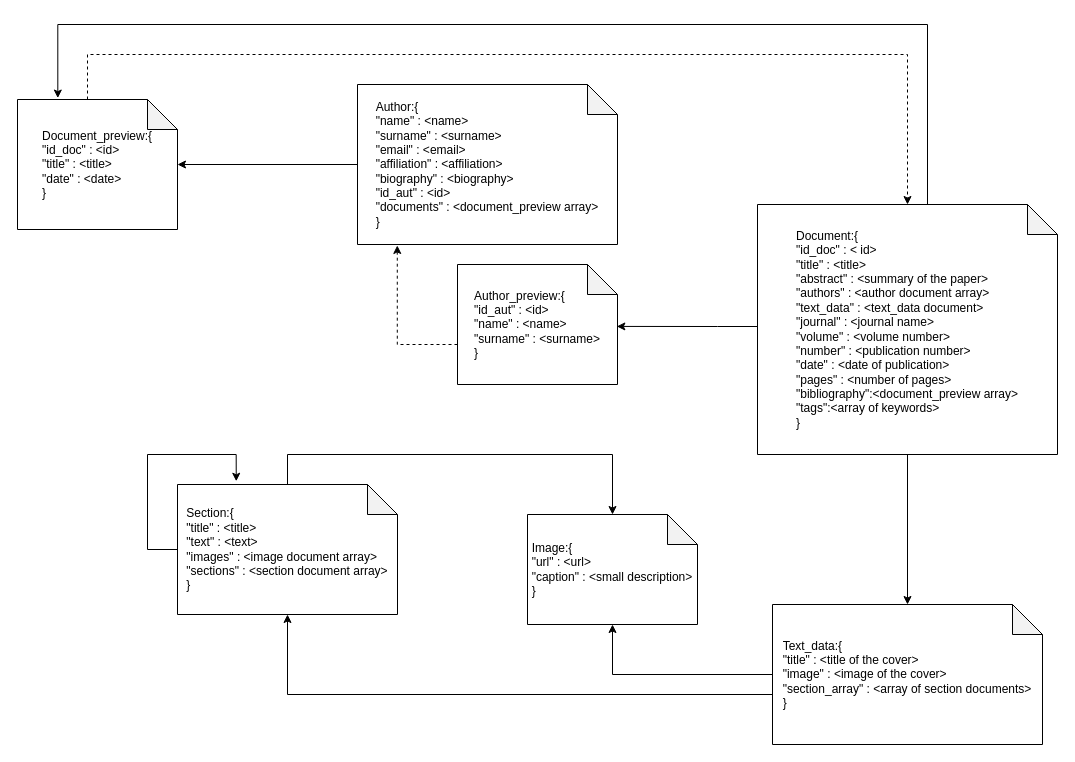
The draw.io diagram MongoDB/Schematic/Schematic.drawio in MarcoLucaPrevitera/BigData-Project, before the edit. Source tidied: cells renumbered, new cells numbered last; positions are measured from the earlier drawing's top-left corner, leaving out a move shared by most shapes. Both pictures are drawn from the tidied source at 100%, with x=0, y=0 at pixel (17, 24).
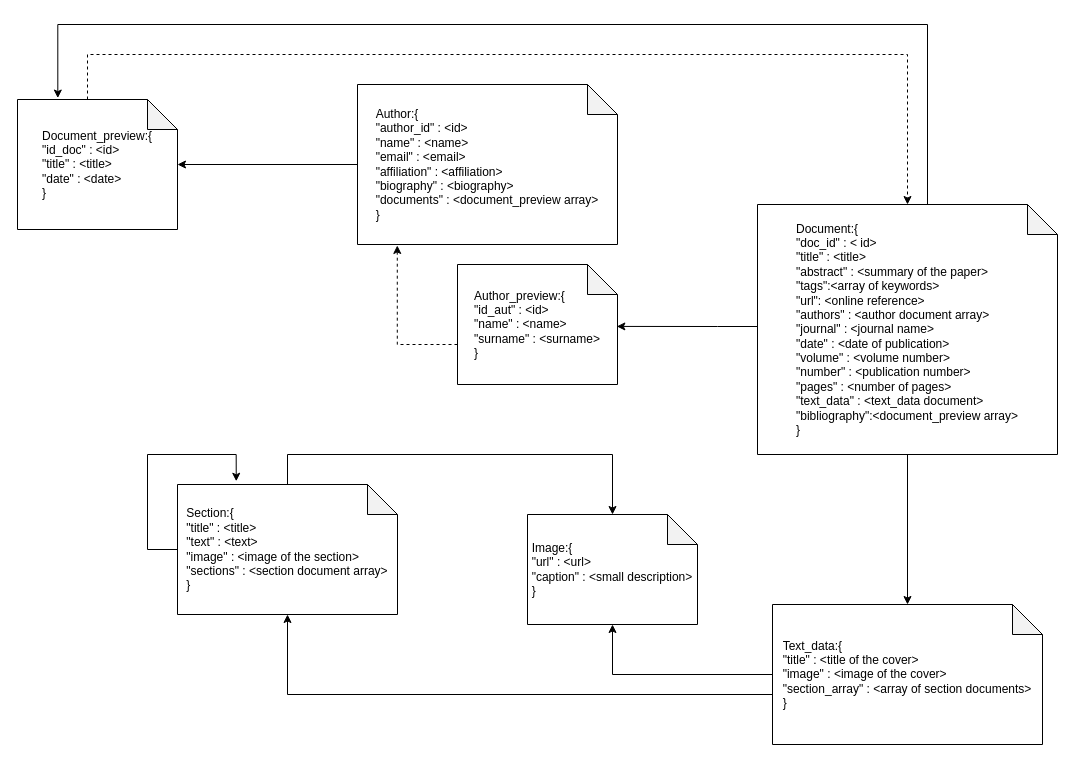
Above is the later version.

Change to the diagram source:
```diff
@@
-    <mxCell id="5" value="&lt;div style=&quot;text-align: left;&quot;&gt;&lt;span style=&quot;background-color: initial;&quot;&gt;Document:{&lt;/span&gt;&lt;/div&gt;&lt;div style=&quot;text-align: left;&quot;&gt;&quot;id_doc&quot; : &amp;lt; id&amp;gt;&lt;/div&gt;&lt;div style=&quot;text-align: left;&quot;&gt;&quot;title&quot; : &amp;lt;title&amp;gt;&lt;/div&gt;&lt;div style=&quot;text-align: left;&quot;&gt;&quot;abstract&quot; : &amp;lt;summary of the paper&amp;gt;&lt;/div&gt;&lt;div style=&quot;text-align: left;&quot;&gt;&quot;authors&quot; : &amp;lt;author document array&amp;gt;&lt;/div&gt;&lt;div style=&quot;text-align: left;&quot;&gt;&quot;text_data&quot; : &amp;lt;text_data document&amp;gt;&lt;/div&gt;&lt;div style=&quot;text-align: left;&quot;&gt;&quot;journal&quot; : &amp;lt;journal name&amp;gt;&lt;/div&gt;&lt;div style=&quot;text-align: left;&quot;&gt;&quot;volume&quot; : &amp;lt;volume number&amp;gt;&lt;/div&gt;&lt;div style=&quot;text-align: left;&quot;&gt;&quot;number&quot; : &amp;lt;publication number&amp;gt;&lt;/div&gt;&lt;div style=&quot;text-align: left;&quot;&gt;&quot;date&quot; : &amp;lt;date of publication&amp;gt;&lt;/div&gt;&lt;div style=&quot;text-align: left;&quot;&gt;&quot;pages&quot; : &amp;lt;number of pages&amp;gt;&lt;/div&gt;&lt;div style=&quot;text-align: left;&quot;&gt;&quot;bibliography&quot;:&amp;lt;document_preview array&amp;gt;&lt;/div&gt;&lt;div style=&quot;text-align: left;&quot;&gt;&quot;tags&quot;:&amp;lt;array of keywords&amp;gt;&lt;/div&gt;&lt;div style=&quot;text-align: left;&quot;&gt;&lt;span style=&quot;background-color: initial;&quot;&gt;}&lt;/span&gt;&lt;/div&gt;" style="shape=note;whiteSpace=wrap;html=1;backgroundOutline=1;darkOpacity=0.05;" parent="1" vertex="1">
+    <mxCell id="5" value="&lt;div style=&quot;text-align: left;&quot;&gt;&lt;span style=&quot;background-color: initial;&quot;&gt;Document:{&lt;/span&gt;&lt;/div&gt;&lt;div style=&quot;text-align: left;&quot;&gt;&quot;doc_id&quot; : &amp;lt; id&amp;gt;&lt;/div&gt;&lt;div style=&quot;text-align: left;&quot;&gt;&quot;title&quot; : &amp;lt;title&amp;gt;&lt;/div&gt;&lt;div style=&quot;text-align: left;&quot;&gt;&quot;abstract&quot; : &amp;lt;summary of the paper&amp;gt;&lt;/div&gt;&lt;div style=&quot;text-align: left;&quot;&gt;&quot;tags&quot;:&amp;lt;array of keywords&amp;gt;&lt;/div&gt;&lt;div style=&quot;text-align: left;&quot;&gt;&quot;url&quot;: &amp;lt;online reference&amp;gt;&lt;br&gt;&lt;/div&gt;&lt;div style=&quot;text-align: left;&quot;&gt;&quot;authors&quot; : &amp;lt;author document array&amp;gt;&lt;/div&gt;&lt;div style=&quot;text-align: left;&quot;&gt;&quot;journal&quot; : &amp;lt;journal name&amp;gt;&lt;/div&gt;&lt;div style=&quot;text-align: left;&quot;&gt;&quot;date&quot; : &amp;lt;date of publication&amp;gt;&lt;/div&gt;&lt;div style=&quot;text-align: left;&quot;&gt;&lt;div style=&quot;text-align: left;&quot;&gt;&quot;volume&quot; : &amp;lt;volume number&amp;gt;&lt;/div&gt;&lt;div style=&quot;text-align: left;&quot;&gt;&quot;number&quot; : &amp;lt;publication number&amp;gt;&lt;/div&gt;&lt;div style=&quot;text-align: left;&quot;&gt;&quot;pages&quot; : &amp;lt;number of pages&amp;gt;&lt;/div&gt;&lt;/div&gt;&lt;div style=&quot;text-align: left;&quot;&gt;&quot;text_data&quot; : &amp;lt;text_data document&amp;gt;&lt;/div&gt;&lt;div style=&quot;text-align: left;&quot;&gt;&quot;bibliography&quot;:&amp;lt;document_preview array&amp;gt;&lt;/div&gt;&lt;div style=&quot;text-align: left;&quot;&gt;&lt;span style=&quot;background-color: initial;&quot;&gt;}&lt;/span&gt;&lt;/div&gt;" style="shape=note;whiteSpace=wrap;html=1;backgroundOutline=1;darkOpacity=0.05;" parent="1" vertex="1">
       <mxGeometry x="740" y="180" width="300" height="250" as="geometry" />
     </mxCell>
@@
-    <mxCell id="13" value="&lt;div style=&quot;text-align: left;&quot;&gt;&lt;span style=&quot;background-color: initial;&quot;&gt;Section:{&lt;/span&gt;&lt;/div&gt;&lt;div style=&quot;text-align: left;&quot;&gt;&quot;title&quot; : &amp;lt;title&amp;gt;&lt;/div&gt;&lt;div style=&quot;text-align: left;&quot;&gt;&quot;text&quot; : &amp;lt;text&amp;gt;&lt;/div&gt;&lt;div style=&quot;text-align: left;&quot;&gt;&quot;images&quot; : &amp;lt;image document array&amp;gt;&lt;/div&gt;&lt;div style=&quot;text-align: left;&quot;&gt;&quot;sections&quot; : &amp;lt;section document array&amp;gt;&lt;/div&gt;&lt;div style=&quot;text-align: left;&quot;&gt;&lt;span style=&quot;background-color: initial;&quot;&gt;}&lt;/span&gt;&lt;/div&gt;" style="shape=note;whiteSpace=wrap;html=1;backgroundOutline=1;darkOpacity=0.05;" parent="1" vertex="1">
+    <mxCell id="13" value="&lt;div style=&quot;text-align: left;&quot;&gt;&lt;span style=&quot;background-color: initial;&quot;&gt;Section:{&lt;/span&gt;&lt;/div&gt;&lt;div style=&quot;text-align: left;&quot;&gt;&quot;title&quot; : &amp;lt;title&amp;gt;&lt;/div&gt;&lt;div style=&quot;text-align: left;&quot;&gt;&quot;text&quot; : &amp;lt;text&amp;gt;&lt;/div&gt;&lt;div style=&quot;text-align: left;&quot;&gt;&quot;image&quot; : &amp;lt;image of the section&amp;gt;&lt;/div&gt;&lt;div style=&quot;text-align: left;&quot;&gt;&quot;sections&quot; : &amp;lt;section document array&amp;gt;&lt;/div&gt;&lt;div style=&quot;text-align: left;&quot;&gt;&lt;span style=&quot;background-color: initial;&quot;&gt;}&lt;/span&gt;&lt;/div&gt;" style="shape=note;whiteSpace=wrap;html=1;backgroundOutline=1;darkOpacity=0.05;" parent="1" vertex="1">
       <mxGeometry x="160" y="460" width="220" height="130" as="geometry" />
     </mxCell>
@@
-    <mxCell id="15" value="&lt;div style=&quot;text-align: left;&quot;&gt;&lt;span style=&quot;background-color: initial;&quot;&gt;Author:{&lt;/span&gt;&lt;/div&gt;&lt;div style=&quot;text-align: left;&quot;&gt;&quot;name&quot; : &amp;lt;name&amp;gt;&lt;/div&gt;&lt;div style=&quot;text-align: left;&quot;&gt;&quot;surname&quot; : &amp;lt;surname&amp;gt;&lt;/div&gt;&lt;div style=&quot;text-align: left;&quot;&gt;&quot;email&quot; : &amp;lt;email&amp;gt;&lt;/div&gt;&lt;div style=&quot;text-align: left;&quot;&gt;&quot;affiliation&quot; : &amp;lt;affiliation&amp;gt;&lt;/div&gt;&lt;div style=&quot;text-align: left;&quot;&gt;&quot;biography&quot; : &amp;lt;biography&amp;gt;&lt;/div&gt;&lt;div style=&quot;text-align: left;&quot;&gt;&quot;id_aut&quot; : &amp;lt;id&amp;gt;&lt;/div&gt;&lt;div style=&quot;text-align: left;&quot;&gt;&quot;documents&quot; : &amp;lt;document_preview array&amp;gt;&lt;/div&gt;&lt;div style=&quot;text-align: left;&quot;&gt;&lt;span style=&quot;background-color: initial;&quot;&gt;}&lt;/span&gt;&lt;/div&gt;" style="shape=note;whiteSpace=wrap;html=1;backgroundOutline=1;darkOpacity=0.05;" parent="1" vertex="1">
+    <mxCell id="15" value="&lt;div style=&quot;text-align: left;&quot;&gt;&lt;span style=&quot;background-color: initial;&quot;&gt;Author:{&lt;/span&gt;&lt;/div&gt;&lt;div style=&quot;text-align: left;&quot;&gt;&quot;author_id&quot; : &amp;lt;id&amp;gt;&lt;/div&gt;&lt;div style=&quot;text-align: left;&quot;&gt;&quot;name&quot; : &amp;lt;name&amp;gt;&lt;/div&gt;&lt;div style=&quot;text-align: left;&quot;&gt;&quot;email&quot; : &amp;lt;email&amp;gt;&lt;/div&gt;&lt;div style=&quot;text-align: left;&quot;&gt;&quot;affiliation&quot; : &amp;lt;affiliation&amp;gt;&lt;/div&gt;&lt;div style=&quot;text-align: left;&quot;&gt;&quot;biography&quot; : &amp;lt;biography&amp;gt;&lt;/div&gt;&lt;div style=&quot;text-align: left;&quot;&gt;&quot;documents&quot; : &amp;lt;document_preview array&amp;gt;&lt;/div&gt;&lt;div style=&quot;text-align: left;&quot;&gt;&lt;span style=&quot;background-color: initial;&quot;&gt;}&lt;/span&gt;&lt;/div&gt;" style="shape=note;whiteSpace=wrap;html=1;backgroundOutline=1;darkOpacity=0.05;" parent="1" vertex="1">
       <mxGeometry x="340" y="60" width="260" height="160" as="geometry" />
     </mxCell>
```
